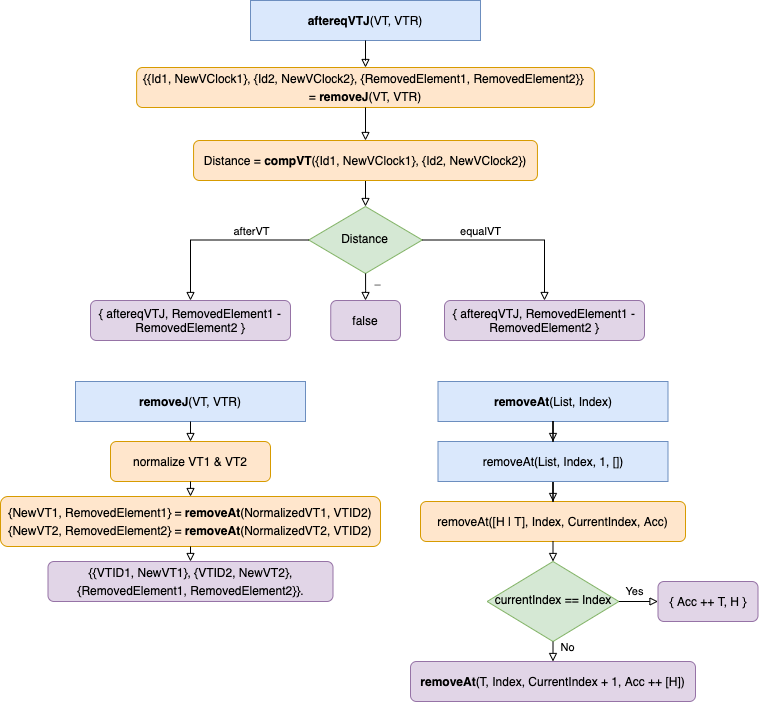
Earlier version of the draw.io export Diagramme/export/Realisierung/aftereqVTJ_realisierung.png (krisschaaf/BAI5_VS). Source tidied: cells renumbered, new cells last; positions are measured from the earlier drawing's top-left corner, leaving out a move shared by most shapes.
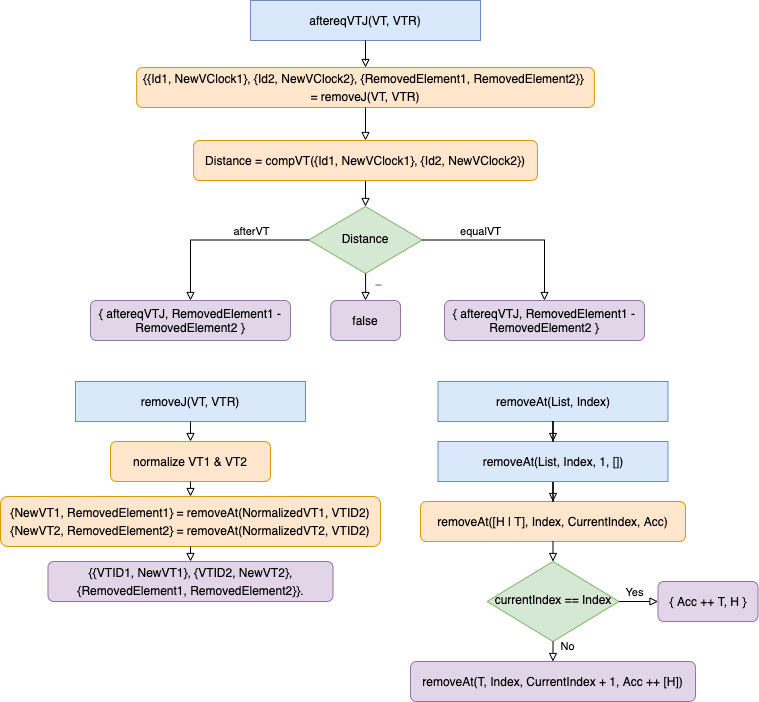
After the change.

The edit, as a diff of the source:
```diff
@@ -2,48 +2,48 @@
   <root>
     <mxCell id="0" />
     <mxCell id="1" parent="0" />
-    <mxCell id="2" style="group;" parent="1" vertex="1">
-      <mxGeometry width="757.5" height="701" as="geometry" />
-    </mxCell>
-    <mxCell id="3" value="&lt;b&gt;aftereqVTJ&lt;/b&gt;(VT, VTR)" style="rounded=0;whiteSpace=wrap;html=1;fontSize=12;glass=0;strokeWidth=1;shadow=0;fillColor=#dae8fc;strokeColor=#6c8ebf;" parent="2" vertex="1">
-      <mxGeometry x="250" width="230" height="40" as="geometry" />
-    </mxCell>
+    <mxCell id="39" style="group;" parent="1" vertex="1">
+      <mxGeometry x="-650" y="760" width="757.5" height="701" as="geometry" />
+    </mxCell>
+    <mxCell id="40" value="aftereqVTJ(VT, VTR)" style="rounded=0;whiteSpace=wrap;html=1;fontSize=12;glass=0;strokeWidth=1;shadow=0;fillColor=#dae8fc;strokeColor=#6c8ebf;" parent="39" vertex="1">
+      <mxGeometry x="250" width="230" height="40" as="geometry" />
+    </mxCell>
-    <mxCell id="4" value="Distance" style="rhombus;whiteSpace=wrap;html=1;shadow=0;fontFamily=Helvetica;fontSize=12;align=center;strokeWidth=1;spacing=6;spacingTop=-4;fillColor=#d5e8d4;strokeColor=#82b366;" parent="2" vertex="1">
+    <mxCell id="4" value="Distance" style="rhombus;whiteSpace=wrap;html=1;shadow=0;fontFamily=Helvetica;fontSize=12;align=center;strokeWidth=1;spacing=6;spacingTop=-4;fillColor=#d5e8d4;strokeColor=#82b366;" parent="39" vertex="1">
       <mxGeometry x="308.2" y="206" width="113.5" height="67" as="geometry" />
     </mxCell>
-    <mxCell id="5" style="edgeStyle=orthogonalEdgeStyle;rounded=0;jettySize=auto;html=1;endArrow=block;endFill=0;" parent="2" edge="1" source="4">
-      <mxGeometry relative="1" as="geometry">
-        <mxPoint x="365" y="300" as="targetPoint" />
-        <Array as="points">
-          <mxPoint x="365" y="290" />
-          <mxPoint x="365" y="290" />
-        </Array>
-      </mxGeometry>
-    </mxCell>
+    <mxCell id="41" style="edgeStyle=orthogonalEdgeStyle;rounded=0;jettySize=auto;html=1;endArrow=block;endFill=0;" parent="39" edge="1" source="4">
+      <mxGeometry relative="1" as="geometry">
+        <mxPoint x="365" y="300" as="targetPoint" />
+        <Array as="points">
+          <mxPoint x="365" y="290" />
+          <mxPoint x="365" y="290" />
+        </Array>
+      </mxGeometry>
+    </mxCell>
-    <mxCell id="6" value="_" style="edgeLabel;html=1;align=center;verticalAlign=middle;" parent="5" vertex="1">
+    <mxCell id="6" value="_" style="edgeLabel;html=1;align=center;verticalAlign=middle;" parent="41" vertex="1">
       <mxGeometry x="0.32" y="1" relative="1" as="geometry">
         <mxPoint x="11" y="-11" as="offset" />
       </mxGeometry>
     </mxCell>
-    <mxCell id="7" value="&lt;div style=&quot;line-height: 18px&quot;&gt; {{Id1, NewVClock1}, {Id2, NewVClock2}, {RemovedElement1, RemovedElement2}}&amp;nbsp;&lt;/div&gt;&lt;div style=&quot;line-height: 18px&quot;&gt;= &lt;b&gt;removeJ&lt;/b&gt;(VT, VTR)&lt;/div&gt;" style="rounded=1;whiteSpace=wrap;html=1;fontSize=12;glass=0;strokeWidth=1;shadow=0;fillColor=#ffe6cc;strokeColor=#d79b00;" parent="2" vertex="1">
-      <mxGeometry x="136.1" y="67" width="457.8" height="40" as="geometry" />
-    </mxCell>
-    <mxCell id="8" style="edgeStyle=orthogonalEdgeStyle;rounded=0;jettySize=auto;html=1;endArrow=block;endFill=0;" parent="2" edge="1" source="3" target="7">
-      <mxGeometry relative="1" as="geometry" />
-    </mxCell>
-    <mxCell id="9" style="edgeStyle=orthogonalEdgeStyle;rounded=0;jettySize=auto;html=1;exitX=0.5;exitY=1;exitDx=0;exitDy=0;entryX=0.5;entryY=0;entryDx=0;entryDy=0;fontFamily=Helvetica;fontColor=#000000;startArrow=none;startFill=0;endArrow=block;endFill=0;" parent="2" edge="1" source="10" target="4">
-      <mxGeometry relative="1" as="geometry" />
-    </mxCell>
-    <mxCell id="10" value="&lt;div style=&quot;line-height: 18px&quot;&gt;&lt;div style=&quot;line-height: 18px&quot;&gt;Distance = &lt;b&gt;compVT&lt;/b&gt;({Id1, NewVClock1}, {Id2, NewVClock2})&lt;/div&gt;&lt;/div&gt;" style="rounded=1;whiteSpace=wrap;html=1;fontSize=12;glass=0;strokeWidth=1;shadow=0;fillColor=#ffe6cc;strokeColor=#d79b00;" parent="2" vertex="1">
-      <mxGeometry x="193.1" y="140" width="343.9" height="40" as="geometry" />
-    </mxCell>
-    <mxCell id="11" style="edgeStyle=orthogonalEdgeStyle;rounded=0;jettySize=auto;html=1;exitX=0.5;exitY=1;exitDx=0;exitDy=0;entryX=0.5;entryY=0;entryDx=0;entryDy=0;fontFamily=Helvetica;fontColor=#000000;startArrow=none;startFill=0;endArrow=block;endFill=0;" parent="2" edge="1" source="7" target="10">
-      <mxGeometry relative="1" as="geometry" />
-    </mxCell>
+    <mxCell id="42" value="&lt;div style=&quot;line-height: 18px&quot;&gt; {{Id1, NewVClock1}, {Id2, NewVClock2}, {RemovedElement1, RemovedElement2}}&amp;nbsp;&lt;/div&gt;&lt;div style=&quot;line-height: 18px&quot;&gt;= removeJ(VT, VTR)&lt;/div&gt;" style="rounded=1;whiteSpace=wrap;html=1;fontSize=12;glass=0;strokeWidth=1;shadow=0;fillColor=#ffe6cc;strokeColor=#d79b00;" parent="39" vertex="1">
+      <mxGeometry x="136.1" y="67" width="457.8" height="40" as="geometry" />
+    </mxCell>
+    <mxCell id="43" style="edgeStyle=orthogonalEdgeStyle;rounded=0;jettySize=auto;html=1;endArrow=block;endFill=0;" parent="39" edge="1" source="40" target="42">
+      <mxGeometry relative="1" as="geometry" />
+    </mxCell>
+    <mxCell id="44" style="edgeStyle=orthogonalEdgeStyle;rounded=0;jettySize=auto;html=1;exitX=0.5;exitY=1;exitDx=0;exitDy=0;entryX=0.5;entryY=0;entryDx=0;entryDy=0;fontFamily=Helvetica;fontColor=#000000;startArrow=none;startFill=0;endArrow=block;endFill=0;" parent="39" edge="1" source="45" target="4">
+      <mxGeometry relative="1" as="geometry" />
+    </mxCell>
+    <mxCell id="45" value="&lt;div style=&quot;line-height: 18px&quot;&gt;&lt;div style=&quot;line-height: 18px&quot;&gt;Distance = compVT({Id1, NewVClock1}, {Id2, NewVClock2})&lt;/div&gt;&lt;/div&gt;" style="rounded=1;whiteSpace=wrap;html=1;fontSize=12;glass=0;strokeWidth=1;shadow=0;fillColor=#ffe6cc;strokeColor=#d79b00;" parent="39" vertex="1">
+      <mxGeometry x="193.1" y="140" width="343.9" height="40" as="geometry" />
+    </mxCell>
+    <mxCell id="46" style="edgeStyle=orthogonalEdgeStyle;rounded=0;jettySize=auto;html=1;exitX=0.5;exitY=1;exitDx=0;exitDy=0;entryX=0.5;entryY=0;entryDx=0;entryDy=0;fontFamily=Helvetica;fontColor=#000000;startArrow=none;startFill=0;endArrow=block;endFill=0;" parent="39" edge="1" source="42" target="45">
+      <mxGeometry relative="1" as="geometry" />
+    </mxCell>
-    <mxCell id="12" value="{ aftereqVTJ, RemovedElement1 - RemovedElement2 }" style="rounded=1;whiteSpace=wrap;html=1;fontSize=12;glass=0;strokeWidth=1;shadow=0;fillColor=#e1d5e7;strokeColor=#9673a6;" parent="2" vertex="1">
+    <mxCell id="12" value="{ aftereqVTJ, RemovedElement1 - RemovedElement2 }" style="rounded=1;whiteSpace=wrap;html=1;fontSize=12;glass=0;strokeWidth=1;shadow=0;fillColor=#e1d5e7;strokeColor=#9673a6;" parent="39" vertex="1">
       <mxGeometry x="90" y="300" width="200" height="40" as="geometry" />
     </mxCell>
-    <mxCell id="13" style="edgeStyle=orthogonalEdgeStyle;rounded=0;jettySize=auto;html=1;exitX=0;exitY=0.5;exitDx=0;exitDy=0;entryX=0.5;entryY=0;entryDx=0;entryDy=0;fontFamily=Helvetica;fontColor=#000000;startArrow=none;startFill=0;endArrow=block;endFill=0;" parent="2" edge="1" source="4" target="12">
+    <mxCell id="13" style="edgeStyle=orthogonalEdgeStyle;rounded=0;jettySize=auto;html=1;exitX=0;exitY=0.5;exitDx=0;exitDy=0;entryX=0.5;entryY=0;entryDx=0;entryDy=0;fontFamily=Helvetica;fontColor=#000000;startArrow=none;startFill=0;endArrow=block;endFill=0;" parent="39" edge="1" source="4" target="12">
       <mxGeometry relative="1" as="geometry" />
     </mxCell>
     <mxCell id="14" value="afterVT" style="edgeLabel;html=1;align=center;verticalAlign=middle;fontFamily=Helvetica;fontColor=#000000;" parent="13" vertex="1">
@@ -51,16 +51,16 @@
         <mxPoint x="12" y="-8" as="offset" />
       </mxGeometry>
     </mxCell>
-    <mxCell id="15" value="false" style="rounded=1;whiteSpace=wrap;html=1;fontSize=12;glass=0;strokeWidth=1;shadow=0;fillColor=#e1d5e7;strokeColor=#9673a6;" parent="2" vertex="1">
+    <mxCell id="15" value="false" style="rounded=1;whiteSpace=wrap;html=1;fontSize=12;glass=0;strokeWidth=1;shadow=0;fillColor=#e1d5e7;strokeColor=#9673a6;" parent="39" vertex="1">
       <mxGeometry x="330.2" y="300" width="69.8" height="40" as="geometry" />
     </mxCell>
-    <mxCell id="16" value="{ aftereqVTJ, RemovedElement1 - RemovedElement2 }" style="rounded=1;whiteSpace=wrap;html=1;fontSize=12;glass=0;strokeWidth=1;shadow=0;fillColor=#e1d5e7;strokeColor=#9673a6;" parent="2" vertex="1">
+    <mxCell id="16" value="{ aftereqVTJ, RemovedElement1 - RemovedElement2 }" style="rounded=1;whiteSpace=wrap;html=1;fontSize=12;glass=0;strokeWidth=1;shadow=0;fillColor=#e1d5e7;strokeColor=#9673a6;" parent="39" vertex="1">
       <mxGeometry x="444" y="300" width="200" height="40" as="geometry" />
     </mxCell>
-    <mxCell id="17" value="&lt;b&gt;removeJ&lt;/b&gt;(VT, VTR)" style="rounded=0;whiteSpace=wrap;html=1;fontSize=12;glass=0;strokeWidth=1;shadow=0;fillColor=#dae8fc;strokeColor=#6c8ebf;" parent="2" vertex="1">
-      <mxGeometry x="75" y="381" width="230" height="40" as="geometry" />
-    </mxCell>
+    <mxCell id="47" value="removeJ(VT, VTR)" style="rounded=0;whiteSpace=wrap;html=1;fontSize=12;glass=0;strokeWidth=1;shadow=0;fillColor=#dae8fc;strokeColor=#6c8ebf;" parent="39" vertex="1">
+      <mxGeometry x="75" y="381" width="230" height="40" as="geometry" />
+    </mxCell>
-    <mxCell id="18" style="edgeStyle=orthogonalEdgeStyle;rounded=0;jettySize=auto;html=1;exitX=1;exitY=0.5;exitDx=0;exitDy=0;entryX=0.5;entryY=0;entryDx=0;entryDy=0;fontFamily=Helvetica;fontColor=#000000;startArrow=none;startFill=0;endArrow=block;endFill=0;" parent="2" edge="1" source="4" target="16">
+    <mxCell id="18" style="edgeStyle=orthogonalEdgeStyle;rounded=0;jettySize=auto;html=1;exitX=1;exitY=0.5;exitDx=0;exitDy=0;entryX=0.5;entryY=0;entryDx=0;entryDy=0;fontFamily=Helvetica;fontColor=#000000;startArrow=none;startFill=0;endArrow=block;endFill=0;" parent="39" edge="1" source="4" target="16">
       <mxGeometry relative="1" as="geometry" />
     </mxCell>
     <mxCell id="19" value="equalVT" style="edgeLabel;html=1;align=center;verticalAlign=middle;fontFamily=Helvetica;fontColor=#000000;" parent="18" vertex="1">
@@ -68,39 +68,39 @@
         <mxPoint x="-11" y="-9" as="offset" />
       </mxGeometry>
     </mxCell>
-    <mxCell id="20" value="&lt;div style=&quot;line-height: 18px&quot;&gt;normalize VT1 &amp;amp; VT2&lt;/div&gt;" style="rounded=1;whiteSpace=wrap;html=1;fontSize=12;glass=0;strokeWidth=1;shadow=0;fillColor=#ffe6cc;strokeColor=#d79b00;" parent="2" vertex="1">
+    <mxCell id="20" value="&lt;div style=&quot;line-height: 18px&quot;&gt;normalize VT1 &amp;amp; VT2&lt;/div&gt;" style="rounded=1;whiteSpace=wrap;html=1;fontSize=12;glass=0;strokeWidth=1;shadow=0;fillColor=#ffe6cc;strokeColor=#d79b00;" parent="39" vertex="1">
       <mxGeometry x="110" y="441" width="160" height="40" as="geometry" />
     </mxCell>
-    <mxCell id="21" style="edgeStyle=orthogonalEdgeStyle;rounded=0;jettySize=auto;html=1;exitX=0.5;exitY=1;exitDx=0;exitDy=0;entryX=0.5;entryY=0;entryDx=0;entryDy=0;fontFamily=Helvetica;fontColor=#000000;startArrow=none;startFill=0;endArrow=block;endFill=0;" parent="2" edge="1" source="17" target="20">
-      <mxGeometry relative="1" as="geometry" />
-    </mxCell>
-    <mxCell id="22" value="&lt;b&gt;removeAt&lt;/b&gt;(List, Index)" style="rounded=0;whiteSpace=wrap;html=1;fontSize=12;glass=0;strokeWidth=1;shadow=0;fillColor=#dae8fc;strokeColor=#6c8ebf;" parent="2" vertex="1">
-      <mxGeometry x="437.5" y="381" width="230" height="40" as="geometry" />
-    </mxCell>
+    <mxCell id="48" style="edgeStyle=orthogonalEdgeStyle;rounded=0;jettySize=auto;html=1;exitX=0.5;exitY=1;exitDx=0;exitDy=0;entryX=0.5;entryY=0;entryDx=0;entryDy=0;fontFamily=Helvetica;fontColor=#000000;startArrow=none;startFill=0;endArrow=block;endFill=0;" parent="39" edge="1" source="47" target="20">
+      <mxGeometry relative="1" as="geometry" />
+    </mxCell>
+    <mxCell id="49" value="removeAt(List, Index)" style="rounded=0;whiteSpace=wrap;html=1;fontSize=12;glass=0;strokeWidth=1;shadow=0;fillColor=#dae8fc;strokeColor=#6c8ebf;" parent="39" vertex="1">
+      <mxGeometry x="437.5" y="381" width="230" height="40" as="geometry" />
+    </mxCell>
-    <mxCell id="23" value="&lt;div style=&quot;line-height: 18px&quot;&gt;removeAt([H | T], Index, CurrentIndex, Acc)&lt;/div&gt;" style="rounded=1;whiteSpace=wrap;html=1;fontSize=12;glass=0;strokeWidth=1;shadow=0;fillColor=#ffe6cc;strokeColor=#d79b00;" parent="2" vertex="1">
+    <mxCell id="23" value="&lt;div style=&quot;line-height: 18px&quot;&gt;removeAt([H | T], Index, CurrentIndex, Acc)&lt;/div&gt;" style="rounded=1;whiteSpace=wrap;html=1;fontSize=12;glass=0;strokeWidth=1;shadow=0;fillColor=#ffe6cc;strokeColor=#d79b00;" parent="39" vertex="1">
       <mxGeometry x="420" y="501" width="265" height="40" as="geometry" />
     </mxCell>
-    <mxCell id="24" style="edgeStyle=orthogonalEdgeStyle;rounded=0;jettySize=auto;html=1;fontFamily=Helvetica;fontColor=#000000;startArrow=none;startFill=0;endArrow=block;endFill=0;" parent="2" edge="1" source="25">
-      <mxGeometry relative="1" as="geometry">
-        <mxPoint x="552.5" y="501" as="targetPoint" />
-      </mxGeometry>
-    </mxCell>
+    <mxCell id="50" style="edgeStyle=orthogonalEdgeStyle;rounded=0;jettySize=auto;html=1;fontFamily=Helvetica;fontColor=#000000;startArrow=none;startFill=0;endArrow=block;endFill=0;" parent="39" edge="1" source="25">
+      <mxGeometry relative="1" as="geometry">
+        <mxPoint x="552.5" y="501" as="targetPoint" />
+      </mxGeometry>
+    </mxCell>
-    <mxCell id="25" value="removeAt(List, Index, 1, [])" style="rounded=0;whiteSpace=wrap;html=1;fontSize=12;glass=0;strokeWidth=1;shadow=0;fillColor=#dae8fc;strokeColor=#6c8ebf;" parent="2" vertex="1">
+    <mxCell id="25" value="removeAt(List, Index, 1, [])" style="rounded=0;whiteSpace=wrap;html=1;fontSize=12;glass=0;strokeWidth=1;shadow=0;fillColor=#dae8fc;strokeColor=#6c8ebf;" parent="39" vertex="1">
       <mxGeometry x="437.5" y="441" width="230" height="40" as="geometry" />
     </mxCell>
-    <mxCell id="26" style="edgeStyle=orthogonalEdgeStyle;rounded=0;jettySize=auto;html=1;fontFamily=Helvetica;fontColor=#000000;startArrow=none;startFill=0;endArrow=block;endFill=0;" parent="2" edge="1" source="22" target="25">
-      <mxGeometry relative="1" as="geometry" />
-    </mxCell>
+    <mxCell id="51" style="edgeStyle=orthogonalEdgeStyle;rounded=0;jettySize=auto;html=1;fontFamily=Helvetica;fontColor=#000000;startArrow=none;startFill=0;endArrow=block;endFill=0;" parent="39" edge="1" source="49" target="25">
+      <mxGeometry relative="1" as="geometry" />
+    </mxCell>
-    <mxCell id="27" value="currentIndex == Index" style="rhombus;whiteSpace=wrap;html=1;shadow=0;fontFamily=Helvetica;fontSize=12;align=center;strokeWidth=1;spacing=6;spacingTop=-4;fillColor=#d5e8d4;strokeColor=#82b366;" parent="2" vertex="1">
+    <mxCell id="27" value="currentIndex == Index" style="rhombus;whiteSpace=wrap;html=1;shadow=0;fontFamily=Helvetica;fontSize=12;align=center;strokeWidth=1;spacing=6;spacingTop=-4;fillColor=#d5e8d4;strokeColor=#82b366;" parent="39" vertex="1">
       <mxGeometry x="486.6" y="561" width="131.8" height="80" as="geometry" />
     </mxCell>
-    <mxCell id="28" style="edgeStyle=orthogonalEdgeStyle;rounded=0;jettySize=auto;html=1;exitX=0.5;exitY=1;exitDx=0;exitDy=0;entryX=0.5;entryY=0;entryDx=0;entryDy=0;fontFamily=Helvetica;fontColor=#000000;startArrow=none;startFill=0;endArrow=block;endFill=0;" parent="2" edge="1" source="23" target="27">
+    <mxCell id="28" style="edgeStyle=orthogonalEdgeStyle;rounded=0;jettySize=auto;html=1;exitX=0.5;exitY=1;exitDx=0;exitDy=0;entryX=0.5;entryY=0;entryDx=0;entryDy=0;fontFamily=Helvetica;fontColor=#000000;startArrow=none;startFill=0;endArrow=block;endFill=0;" parent="39" edge="1" source="23" target="27">
       <mxGeometry relative="1" as="geometry" />
     </mxCell>
-    <mxCell id="29" value="{ Acc ++ T, H }" style="rounded=1;whiteSpace=wrap;html=1;fontSize=12;glass=0;strokeWidth=1;shadow=0;fillColor=#e1d5e7;strokeColor=#9673a6;" parent="2" vertex="1">
+    <mxCell id="29" value="{ Acc ++ T, H }" style="rounded=1;whiteSpace=wrap;html=1;fontSize=12;glass=0;strokeWidth=1;shadow=0;fillColor=#e1d5e7;strokeColor=#9673a6;" parent="39" vertex="1">
       <mxGeometry x="657.5" y="581" width="100" height="40" as="geometry" />
     </mxCell>
-    <mxCell id="30" style="edgeStyle=orthogonalEdgeStyle;rounded=0;jettySize=auto;html=1;exitX=1;exitY=0.5;exitDx=0;exitDy=0;entryX=0;entryY=0.5;entryDx=0;entryDy=0;fontFamily=Helvetica;fontColor=#000000;startArrow=none;startFill=0;endArrow=block;endFill=0;" parent="2" edge="1" source="27" target="29">
+    <mxCell id="30" style="edgeStyle=orthogonalEdgeStyle;rounded=0;jettySize=auto;html=1;exitX=1;exitY=0.5;exitDx=0;exitDy=0;entryX=0;entryY=0.5;entryDx=0;entryDy=0;fontFamily=Helvetica;fontColor=#000000;startArrow=none;startFill=0;endArrow=block;endFill=0;" parent="39" edge="1" source="27" target="29">
       <mxGeometry relative="1" as="geometry" />
     </mxCell>
     <mxCell id="31" value="Yes" style="edgeLabel;html=1;align=center;verticalAlign=middle;fontFamily=Helvetica;fontColor=#000000;" parent="30" vertex="1">
@@ -108,28 +108,28 @@
         <mxPoint y="-10" as="offset" />
       </mxGeometry>
     </mxCell>
-    <mxCell id="32" value="&lt;b&gt;removeAt&lt;/b&gt;(T, Index, CurrentIndex + 1, Acc ++ [H])" style="rounded=1;whiteSpace=wrap;html=1;fontSize=12;glass=0;strokeWidth=1;shadow=0;fillColor=#e1d5e7;strokeColor=#9673a6;" parent="2" vertex="1">
-      <mxGeometry x="410" y="661" width="285" height="40" as="geometry" />
-    </mxCell>
-    <mxCell id="33" style="edgeStyle=orthogonalEdgeStyle;rounded=0;jettySize=auto;html=1;exitX=0.5;exitY=1;exitDx=0;exitDy=0;entryX=0.5;entryY=0;entryDx=0;entryDy=0;fontFamily=Helvetica;fontColor=#000000;startArrow=none;startFill=0;endArrow=block;endFill=0;" parent="2" edge="1" source="27" target="32">
-      <mxGeometry relative="1" as="geometry" />
-    </mxCell>
+    <mxCell id="52" value="removeAt(T, Index, CurrentIndex + 1, Acc ++ [H])" style="rounded=1;whiteSpace=wrap;html=1;fontSize=12;glass=0;strokeWidth=1;shadow=0;fillColor=#e1d5e7;strokeColor=#9673a6;" parent="39" vertex="1">
+      <mxGeometry x="410" y="661" width="285" height="40" as="geometry" />
+    </mxCell>
+    <mxCell id="53" style="edgeStyle=orthogonalEdgeStyle;rounded=0;jettySize=auto;html=1;exitX=0.5;exitY=1;exitDx=0;exitDy=0;entryX=0.5;entryY=0;entryDx=0;entryDy=0;fontFamily=Helvetica;fontColor=#000000;startArrow=none;startFill=0;endArrow=block;endFill=0;" parent="39" edge="1" source="27" target="52">
+      <mxGeometry relative="1" as="geometry" />
+    </mxCell>
-    <mxCell id="34" value="No" style="edgeLabel;html=1;align=center;verticalAlign=middle;fontFamily=Helvetica;fontColor=#000000;" parent="33" vertex="1">
+    <mxCell id="34" value="No" style="edgeLabel;html=1;align=center;verticalAlign=middle;fontFamily=Helvetica;fontColor=#000000;" parent="53" vertex="1">
       <mxGeometry x="-0.46" y="-2" relative="1" as="geometry">
         <mxPoint x="16" as="offset" />
       </mxGeometry>
     </mxCell>
-    <mxCell id="35" value="&lt;div style=&quot;line-height: 18px&quot;&gt;&lt;div style=&quot;line-height: 18px&quot;&gt;&lt;div&gt; {NewVT1, RemovedElement1} = &lt;b&gt;removeAt&lt;/b&gt;(NormalizedVT1, VTID2)&lt;/div&gt;&lt;div&gt;    {NewVT2, RemovedElement2} = &lt;b&gt;removeAt&lt;/b&gt;(NormalizedVT2, VTID2)&lt;/div&gt;&lt;/div&gt;&lt;/div&gt;" style="rounded=1;whiteSpace=wrap;html=1;fontSize=12;glass=0;strokeWidth=1;shadow=0;fillColor=#ffe6cc;strokeColor=#d79b00;" parent="2" vertex="1">
-      <mxGeometry y="496" width="380" height="50" as="geometry" />
-    </mxCell>
-    <mxCell id="36" style="edgeStyle=orthogonalEdgeStyle;rounded=0;jettySize=auto;html=1;exitX=0.5;exitY=1;exitDx=0;exitDy=0;entryX=0.5;entryY=0;entryDx=0;entryDy=0;fontFamily=Helvetica;fontColor=#000000;startArrow=none;startFill=0;endArrow=block;endFill=0;" parent="2" edge="1" source="20" target="35">
-      <mxGeometry relative="1" as="geometry" />
-    </mxCell>
+    <mxCell id="54" value="&lt;div style=&quot;line-height: 18px&quot;&gt;&lt;div style=&quot;line-height: 18px&quot;&gt;&lt;div&gt; {NewVT1, RemovedElement1} = removeAt(NormalizedVT1, VTID2)&lt;/div&gt;&lt;div&gt;    {NewVT2, RemovedElement2} = removeAt(NormalizedVT2, VTID2)&lt;/div&gt;&lt;/div&gt;&lt;/div&gt;" style="rounded=1;whiteSpace=wrap;html=1;fontSize=12;glass=0;strokeWidth=1;shadow=0;fillColor=#ffe6cc;strokeColor=#d79b00;" parent="39" vertex="1">
+      <mxGeometry y="496" width="380" height="50" as="geometry" />
+    </mxCell>
+    <mxCell id="55" style="edgeStyle=orthogonalEdgeStyle;rounded=0;jettySize=auto;html=1;exitX=0.5;exitY=1;exitDx=0;exitDy=0;entryX=0.5;entryY=0;entryDx=0;entryDy=0;fontFamily=Helvetica;fontColor=#000000;startArrow=none;startFill=0;endArrow=block;endFill=0;" parent="39" edge="1" source="20" target="54">
+      <mxGeometry relative="1" as="geometry" />
+    </mxCell>
-    <mxCell id="37" value="&lt;div style=&quot;line-height: 18px&quot;&gt;{{VTID1, NewVT1}, {VTID2, NewVT2}, {RemovedElement1, RemovedElement2}}.&lt;/div&gt;" style="rounded=1;whiteSpace=wrap;html=1;fontSize=12;glass=0;strokeWidth=1;shadow=0;fillColor=#e1d5e7;strokeColor=#9673a6;" parent="2" vertex="1">
+    <mxCell id="37" value="&lt;div style=&quot;line-height: 18px&quot;&gt;{{VTID1, NewVT1}, {VTID2, NewVT2}, {RemovedElement1, RemovedElement2}}.&lt;/div&gt;" style="rounded=1;whiteSpace=wrap;html=1;fontSize=12;glass=0;strokeWidth=1;shadow=0;fillColor=#e1d5e7;strokeColor=#9673a6;" parent="39" vertex="1">
       <mxGeometry x="47.5" y="561" width="285" height="40" as="geometry" />
     </mxCell>
-    <mxCell id="38" style="edgeStyle=orthogonalEdgeStyle;rounded=0;jettySize=auto;html=1;exitX=0.5;exitY=1;exitDx=0;exitDy=0;entryX=0.5;entryY=0;entryDx=0;entryDy=0;fontFamily=Helvetica;fontColor=#000000;startArrow=none;startFill=0;endArrow=block;endFill=0;" parent="2" edge="1" source="35" target="37">
-      <mxGeometry relative="1" as="geometry" />
-    </mxCell>
+    <mxCell id="56" style="edgeStyle=orthogonalEdgeStyle;rounded=0;jettySize=auto;html=1;exitX=0.5;exitY=1;exitDx=0;exitDy=0;entryX=0.5;entryY=0;entryDx=0;entryDy=0;fontFamily=Helvetica;fontColor=#000000;startArrow=none;startFill=0;endArrow=block;endFill=0;" parent="39" edge="1" source="54" target="37">
+      <mxGeometry relative="1" as="geometry" />
+    </mxCell>
   </root>
 </mxGraphModel>
```
